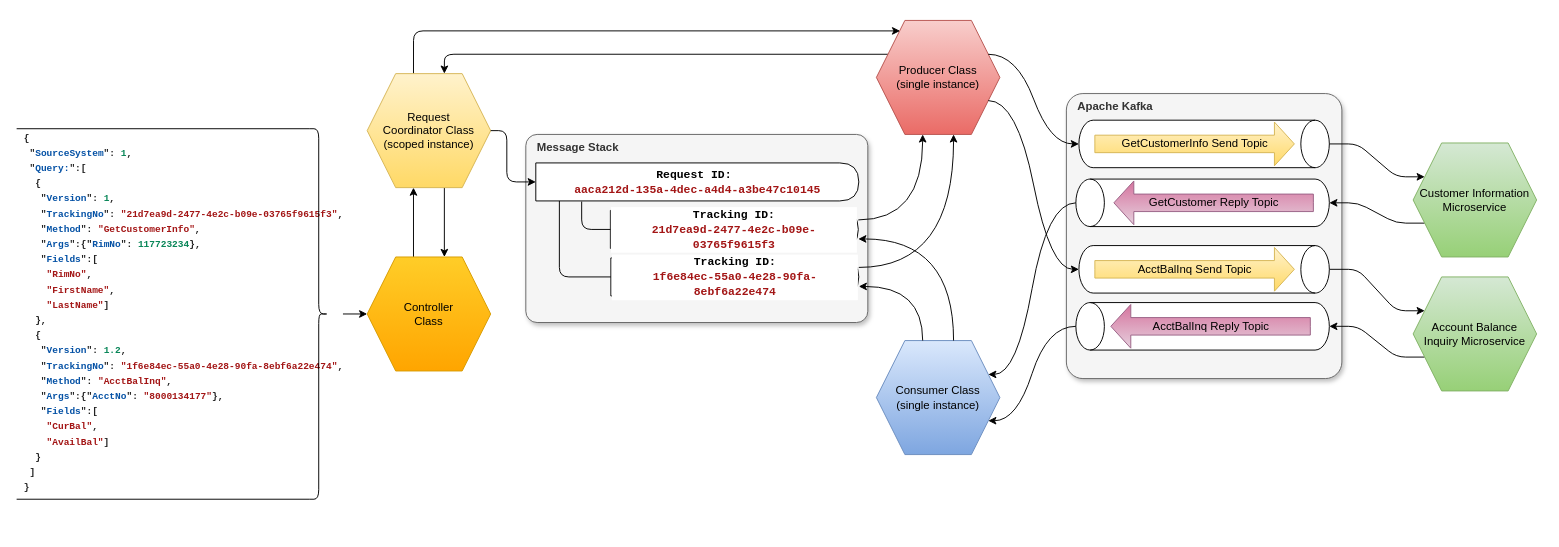
Earlier version of the draw.io diagram page "Service Architecture" (3 of 8) of Microservice Architecture.drawio (badenhorstp/readme). Source tidied: cells renumbered, new cells numbered last; positions are measured from the earlier drawing's top-left corner, leaving out a move shared by most shapes. Both pictures are drawn from the tidied source at 95%, with x=0, y=0 at pixel (16, 20).
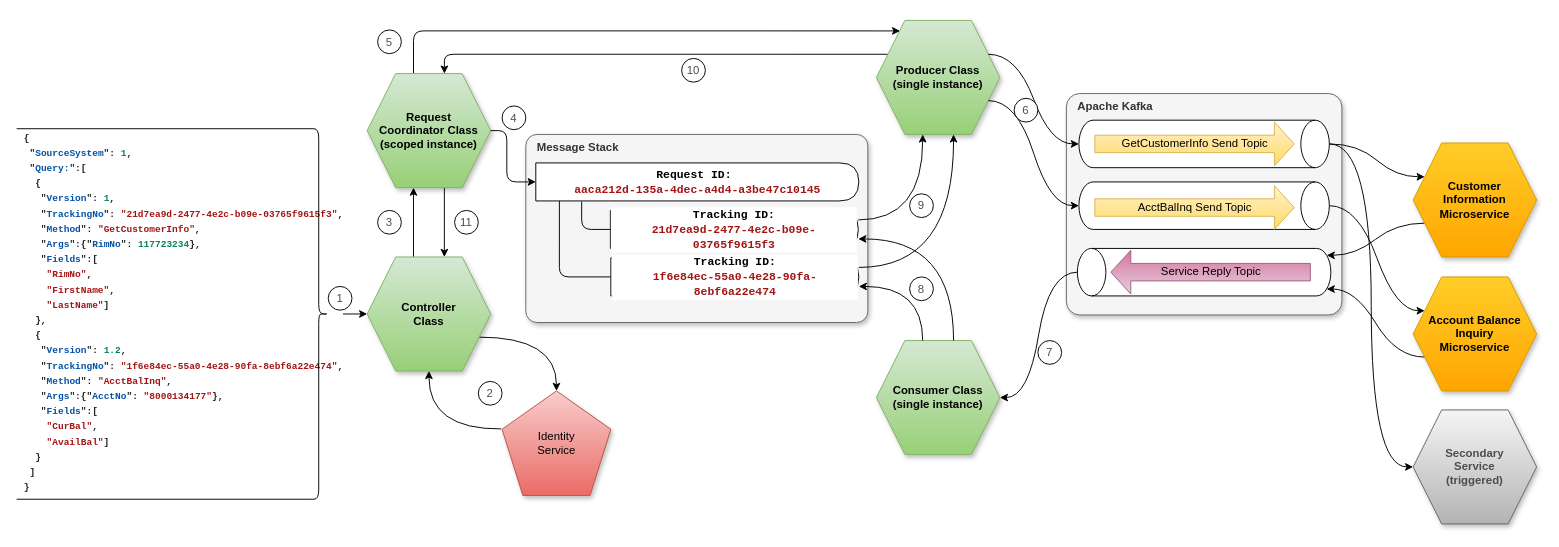
The same page after the edit.

Unchanged cells that the change refers to:
```xml
<mxCell id="22" style="shape=cylinder3;whiteSpace=wrap;html=1;boundedLbl=1;backgroundOutline=1;size=15;direction=south;" parent="1" vertex="1">
  <mxGeometry x="1118.2" y="105" width="263.6" height="50" as="geometry" />
</mxCell>
```

Diff of the diagram source:
```diff
@@
-    <mxCell id="3" value="Producer Class&lt;br&gt;(single instance)" style="shape=hexagon;perimeter=hexagonPerimeter2;whiteSpace=wrap;html=1;fixedSize=1;fillColor=#f8cecc;strokeColor=#b85450;shadow=0;rounded=0;gradientColor=#ea6b66;size=30;" parent="1" vertex="1">
+    <mxCell id="3" value="Producer Class&lt;br&gt;(single instance)" style="shape=hexagon;perimeter=hexagonPerimeter2;whiteSpace=wrap;html=1;fixedSize=1;fillColor=#d5e8d4;strokeColor=#82b366;shadow=1;rounded=0;gradientColor=#97d077;size=30;fontStyle=1;" parent="1" vertex="1">
       <mxGeometry x="905" width="130" height="120" as="geometry" />
     </mxCell>
@@
+    <mxCell id="47" style="edgeStyle=orthogonalEdgeStyle;curved=1;jettySize=auto;html=1;exitX=1;exitY=0.75;exitDx=0;exitDy=0;entryX=0.5;entryY=0;entryDx=0;entryDy=0;entryPerimeter=0;strokeWidth=1;" parent="1" edge="1" source="5" target="51">
+      <mxGeometry relative="1" as="geometry" />
+    </mxCell>
-    <mxCell id="5" value="Controller&lt;br&gt;Class" style="shape=hexagon;perimeter=hexagonPerimeter2;whiteSpace=wrap;html=1;fixedSize=1;fillColor=#ffcd28;strokeColor=#d79b00;shadow=0;rounded=0;gradientColor=#ffa500;size=30;" parent="1" vertex="1">
+    <mxCell id="5" value="Controller&lt;br&gt;Class" style="shape=hexagon;perimeter=hexagonPerimeter2;whiteSpace=wrap;html=1;fixedSize=1;fillColor=#d5e8d4;strokeColor=#82b366;shadow=1;rounded=0;gradientColor=#97d077;size=30;fontStyle=1;" parent="1" vertex="1">
       <mxGeometry x="369" y="249" width="130" height="120" as="geometry" />
     </mxCell>
-    <mxCell id="6" value="Consumer Class&lt;br&gt;(single instance)" style="shape=hexagon;perimeter=hexagonPerimeter2;whiteSpace=wrap;html=1;fixedSize=1;fillColor=#dae8fc;strokeColor=#6c8ebf;shadow=0;rounded=0;gradientColor=#7ea6e0;size=30;" parent="1" vertex="1">
+    <mxCell id="6" value="Consumer Class&lt;br&gt;(single instance)" style="shape=hexagon;perimeter=hexagonPerimeter2;whiteSpace=wrap;html=1;fixedSize=1;fillColor=#d5e8d4;strokeColor=#82b366;shadow=1;rounded=0;gradientColor=#97d077;size=30;fontStyle=1;" parent="1" vertex="1">
       <mxGeometry x="905" y="337" width="130" height="120" as="geometry" />
     </mxCell>
@@
-    <mxCell id="9" value="Request &lt;br&gt;Coordinator Class&lt;br&gt;(scoped instance)" style="shape=hexagon;perimeter=hexagonPerimeter2;whiteSpace=wrap;html=1;fixedSize=1;fillColor=#fff2cc;strokeColor=#d6b656;shadow=0;rounded=0;gradientColor=#ffd966;size=30;" parent="1" vertex="1">
+    <mxCell id="9" value="Request &lt;br&gt;Coordinator Class&lt;br&gt;(scoped instance)" style="shape=hexagon;perimeter=hexagonPerimeter2;whiteSpace=wrap;html=1;fixedSize=1;fillColor=#d5e8d4;strokeColor=#82b366;shadow=1;rounded=0;gradientColor=#97d077;size=30;fontStyle=1;" parent="1" vertex="1">
       <mxGeometry x="369" y="56" width="130" height="120" as="geometry" />
     </mxCell>
-    <mxCell id="10" style="edgeStyle=entityRelationEdgeStyle;jettySize=auto;html=1;exitX=0.5;exitY=0;exitDx=0;exitDy=0;exitPerimeter=0;entryX=1;entryY=0.25;entryDx=0;entryDy=0;strokeWidth=1;strokeColor=none;curved=1;" parent="1" edge="1" source="24" target="6">
-      <mxGeometry relative="1" as="geometry" />
+    <mxCell id="10" style="edgeStyle=entityRelationEdgeStyle;jettySize=auto;html=1;exitX=0.5;exitY=0;exitDx=0;exitDy=0;exitPerimeter=0;entryX=1;entryY=0.25;entryDx=0;entryDy=0;strokeWidth=1;strokeColor=none;curved=1;" parent="1" edge="1" target="6">
+      <mxGeometry relative="1" as="geometry">
+        <mxPoint x="1115" y="192" as="sourcePoint" />
+      </mxGeometry>
     </mxCell>
@@
     <mxCell id="20" value="&lt;b&gt;Apache Kafka&lt;/b&gt;" style="rounded=1;whiteSpace=wrap;html=1;arcSize=6;align=left;horizontal=1;verticalAlign=top;spacingLeft=10;fillColor=#f5f5f5;strokeColor=#666666;fontColor=#333333;shadow=1;" parent="1" vertex="1">
-      <mxGeometry x="1105" y="77" width="290" height="300" as="geometry" />
+      <mxGeometry x="1105" y="77" width="290" height="233" as="geometry" />
     </mxCell>
-    <mxCell id="21" style="edgeStyle=entityRelationEdgeStyle;jettySize=auto;html=1;exitX=0.5;exitY=0;exitDx=0;exitDy=0;exitPerimeter=0;entryX=0;entryY=0.25;entryDx=0;entryDy=0;strokeWidth=1;" parent="1" edge="1" source="22" target="44">
+    <mxCell id="21" style="edgeStyle=entityRelationEdgeStyle;jettySize=auto;html=1;exitX=0.5;exitY=0;exitDx=0;exitDy=0;exitPerimeter=0;entryX=0;entryY=0.25;entryDx=0;entryDy=0;strokeWidth=1;curved=1;" parent="1" edge="1" source="22" target="44">
       <mxGeometry relative="1" as="geometry" />
     </mxCell>
+    <mxCell id="48" style="edgeStyle=orthogonalEdgeStyle;curved=1;jettySize=auto;html=1;exitX=0.5;exitY=0;exitDx=0;exitDy=0;exitPerimeter=0;entryX=0;entryY=0.5;entryDx=0;entryDy=0;fontColor=#4D4D4D;strokeWidth=1;" parent="1" edge="1" source="22" target="52">
+      <mxGeometry relative="1" as="geometry" />
+    </mxCell>
@@
-    <mxCell id="24" style="shape=cylinder3;whiteSpace=wrap;html=1;boundedLbl=1;backgroundOutline=1;size=15;direction=north;" parent="1" vertex="1">
-      <mxGeometry x="1115" y="167" width="266.8" height="50" as="geometry" />
-    </mxCell>
-    <mxCell id="25" value="GetCustomer Reply Topic" style="html=1;shadow=0;dashed=0;align=center;verticalAlign=middle;shape=mxgraph.arrows2.arrow;dy=0.6;dx=21;notch=0;fillColor=#e6d0de;strokeColor=#996185;direction=west;gradientColor=#d5739d;" parent="1" vertex="1">
-      <mxGeometry x="1155" y="169" width="210" height="46" as="geometry" />
-    </mxCell>
-    <mxCell id="26" style="edgeStyle=entityRelationEdgeStyle;jettySize=auto;html=1;exitX=0.5;exitY=0;exitDx=0;exitDy=0;exitPerimeter=0;entryX=0;entryY=0.25;entryDx=0;entryDy=0;strokeWidth=1;" parent="1" edge="1" source="27" target="46">
+    <mxCell id="26" style="edgeStyle=entityRelationEdgeStyle;jettySize=auto;html=1;exitX=0.5;exitY=0;exitDx=0;exitDy=0;exitPerimeter=0;entryX=0;entryY=0.25;entryDx=0;entryDy=0;strokeWidth=1;curved=1;" parent="1" edge="1" source="27" target="46">
       <mxGeometry relative="1" as="geometry" />
     </mxCell>
     <mxCell id="27" style="shape=cylinder3;whiteSpace=wrap;html=1;boundedLbl=1;backgroundOutline=1;size=15;direction=south;" parent="1" vertex="1">
-      <mxGeometry x="1118.2" y="237" width="263.6" height="50" as="geometry" />
+      <mxGeometry x="1118.2" y="170" width="263.6" height="50" as="geometry" />
     </mxCell>
     <mxCell id="28" value="AcctBalInq Send Topic" style="html=1;shadow=0;dashed=0;align=center;verticalAlign=middle;shape=mxgraph.arrows2.arrow;dy=0.6;dx=21;notch=0;fillColor=#fff2cc;strokeColor=#d6b656;gradientColor=#ffd966;" parent="1" vertex="1">
-      <mxGeometry x="1135" y="239" width="210" height="46" as="geometry" />
+      <mxGeometry x="1135" y="174" width="210" height="46" as="geometry" />
     </mxCell>
     <mxCell id="29" style="shape=cylinder3;whiteSpace=wrap;html=1;boundedLbl=1;backgroundOutline=1;size=15;direction=north;" parent="1" vertex="1">
-      <mxGeometry x="1115" y="297" width="266.8" height="50" as="geometry" />
+      <mxGeometry x="1116.6" y="240" width="266.8" height="50" as="geometry" />
     </mxCell>
-    <mxCell id="30" value="AcctBalInq Reply Topic" style="html=1;shadow=0;dashed=0;align=center;verticalAlign=middle;shape=mxgraph.arrows2.arrow;dy=0.6;dx=21;notch=0;fillColor=#e6d0de;strokeColor=#996185;direction=west;gradientColor=#d5739d;" parent="1" vertex="1">
-      <mxGeometry x="1151.8" y="299" width="210" height="46" as="geometry" />
+    <mxCell id="30" value="Service Reply Topic" style="html=1;shadow=0;dashed=0;align=center;verticalAlign=middle;shape=mxgraph.arrows2.arrow;dy=0.6;dx=21;notch=0;fillColor=#e6d0de;strokeColor=#996185;direction=west;gradientColor=#d5739d;" parent="1" vertex="1">
+      <mxGeometry x="1151.8" y="242" width="210" height="46" as="geometry" />
     </mxCell>
@@
-    <mxCell id="38" style="edgeStyle=entityRelationEdgeStyle;curved=1;jettySize=auto;html=1;exitX=0.5;exitY=0;exitDx=0;exitDy=0;exitPerimeter=0;entryX=1;entryY=0.25;entryDx=0;entryDy=0;strokeWidth=1;" parent="1" edge="1" source="24" target="6">
-      <mxGeometry relative="1" as="geometry" />
-    </mxCell>
-    <mxCell id="39" style="edgeStyle=entityRelationEdgeStyle;curved=1;jettySize=auto;html=1;exitX=0.5;exitY=0;exitDx=0;exitDy=0;exitPerimeter=0;entryX=1;entryY=0.75;entryDx=0;entryDy=0;strokeWidth=1;" parent="1" edge="1" source="29" target="6">
+    <mxCell id="39" style="edgeStyle=entityRelationEdgeStyle;curved=1;jettySize=auto;html=1;exitX=0.5;exitY=0;exitDx=0;exitDy=0;exitPerimeter=0;entryX=1;entryY=0.5;entryDx=0;entryDy=0;strokeWidth=1;" parent="1" edge="1" source="29" target="6">
       <mxGeometry relative="1" as="geometry" />
     </mxCell>
@@
-    <mxCell id="43" style="edgeStyle=entityRelationEdgeStyle;jettySize=auto;html=1;exitX=0;exitY=0.75;exitDx=0;exitDy=0;entryX=0.5;entryY=1;entryDx=0;entryDy=0;entryPerimeter=0;strokeWidth=1;" parent="1" edge="1" source="44" target="24">
-      <mxGeometry relative="1" as="geometry" />
-    </mxCell>
+    <mxCell id="49" style="edgeStyle=entityRelationEdgeStyle;jettySize=auto;html=1;exitX=0;exitY=0.75;exitDx=0;exitDy=0;entryX=0.855;entryY=1;entryDx=0;entryDy=-4.35;entryPerimeter=0;strokeWidth=1;curved=1;" parent="1" edge="1" source="44" target="29">
+      <mxGeometry relative="1" as="geometry" />
+    </mxCell>
-    <mxCell id="44" value="Customer Information&lt;br&gt;Microservice" style="shape=hexagon;perimeter=hexagonPerimeter2;whiteSpace=wrap;html=1;fixedSize=1;fillColor=#d5e8d4;strokeColor=#82b366;shadow=0;rounded=0;gradientColor=#97d077;size=30;" parent="1" vertex="1">
+    <mxCell id="44" value="Customer&lt;br&gt;Information&lt;br&gt;Microservice" style="shape=hexagon;perimeter=hexagonPerimeter2;whiteSpace=wrap;html=1;fixedSize=1;fillColor=#ffcd28;strokeColor=#d79b00;shadow=1;rounded=0;gradientColor=#ffa500;size=30;fontStyle=1;" parent="1" vertex="1">
       <mxGeometry x="1470" y="129" width="130" height="120" as="geometry" />
     </mxCell>
-    <mxCell id="45" style="edgeStyle=entityRelationEdgeStyle;jettySize=auto;html=1;exitX=0;exitY=0.75;exitDx=0;exitDy=0;entryX=0.5;entryY=1;entryDx=0;entryDy=0;entryPerimeter=0;strokeWidth=1;" parent="1" edge="1" source="46" target="29">
+    <mxCell id="45" style="edgeStyle=entityRelationEdgeStyle;jettySize=auto;html=1;exitX=0;exitY=0.75;exitDx=0;exitDy=0;entryX=0.145;entryY=1;entryDx=0;entryDy=-4.35;entryPerimeter=0;strokeWidth=1;curved=1;" parent="1" edge="1" source="46" target="29">
       <mxGeometry relative="1" as="geometry" />
     </mxCell>
-    <mxCell id="46" value="Account Balance&lt;br&gt;Inquiry Microservice" style="shape=hexagon;perimeter=hexagonPerimeter2;whiteSpace=wrap;html=1;fixedSize=1;fillColor=#d5e8d4;strokeColor=#82b366;shadow=0;rounded=0;gradientColor=#97d077;size=30;" parent="1" vertex="1">
+    <mxCell id="46" value="Account Balance&lt;br&gt;Inquiry &lt;br&gt;Microservice" style="shape=hexagon;perimeter=hexagonPerimeter2;whiteSpace=wrap;html=1;fixedSize=1;fillColor=#ffcd28;strokeColor=#d79b00;shadow=1;rounded=0;gradientColor=#ffa500;size=30;fontStyle=1;" parent="1" vertex="1">
       <mxGeometry x="1470" y="270" width="130" height="120" as="geometry" />
     </mxCell>
+    <mxCell id="50" style="endArrow=classic;html=1;strokeWidth=1;entryX=0.5;entryY=1;entryDx=0;entryDy=0;edgeStyle=orthogonalEdgeStyle;curved=1;" parent="1" edge="1" target="5">
+      <mxGeometry relative="1" as="geometry">
+        <mxPoint x="510" y="430" as="sourcePoint" />
+      </mxGeometry>
+    </mxCell>
+    <mxCell id="51" value="Identity&lt;br&gt;Service" style="whiteSpace=wrap;html=1;shape=mxgraph.basic.pentagon;fillColor=#f8cecc;strokeColor=#b85450;shadow=1;gradientColor=#ea6b66;" parent="1" vertex="1">
+      <mxGeometry x="511" y="390" width="114.5" height="110" as="geometry" />
+    </mxCell>
+    <mxCell id="52" value="Secondary&lt;br&gt;Service&lt;br&gt;(triggered)" style="shape=hexagon;perimeter=hexagonPerimeter2;whiteSpace=wrap;html=1;fixedSize=1;fillColor=#f5f5f5;strokeColor=#666666;shadow=1;rounded=0;gradientColor=#b3b3b3;size=30;fontStyle=1;fontColor=#4D4D4D;" parent="1" vertex="1">
+      <mxGeometry x="1470" y="410" width="130" height="120" as="geometry" />
+    </mxCell>
+    <mxCell id="53" value="1" style="ellipse;whiteSpace=wrap;html=1;shadow=0;fontColor=#4D4D4D;strokeColor=#000000;strokeWidth=1;align=center;" parent="1" vertex="1">
+      <mxGeometry x="328" y="280" width="25" height="25" as="geometry" />
+    </mxCell>
+    <mxCell id="54" value="2" style="ellipse;whiteSpace=wrap;html=1;shadow=0;fontColor=#4D4D4D;strokeColor=#000000;strokeWidth=1;align=center;" parent="1" vertex="1">
+      <mxGeometry x="486" y="380" width="25" height="25" as="geometry" />
+    </mxCell>
+    <mxCell id="55" value="3" style="ellipse;whiteSpace=wrap;html=1;shadow=0;fontColor=#4D4D4D;strokeColor=#000000;strokeWidth=1;align=center;" parent="1" vertex="1">
+      <mxGeometry x="380" y="200" width="25" height="25" as="geometry" />
+    </mxCell>
+    <mxCell id="56" value="4" style="ellipse;whiteSpace=wrap;html=1;shadow=0;fontColor=#4D4D4D;strokeColor=#000000;strokeWidth=1;align=center;" parent="1" vertex="1">
+      <mxGeometry x="511" y="90" width="25" height="25" as="geometry" />
+    </mxCell>
+    <mxCell id="57" value="5" style="ellipse;whiteSpace=wrap;html=1;shadow=0;fontColor=#4D4D4D;strokeColor=#000000;strokeWidth=1;align=center;" parent="1" vertex="1">
+      <mxGeometry x="380" y="10" width="25" height="25" as="geometry" />
+    </mxCell>
+    <mxCell id="58" value="6" style="ellipse;whiteSpace=wrap;html=1;shadow=0;fontColor=#4D4D4D;strokeColor=#000000;strokeWidth=1;align=center;" parent="1" vertex="1">
+      <mxGeometry x="1050" y="82" width="25" height="25" as="geometry" />
+    </mxCell>
+    <mxCell id="59" value="7" style="ellipse;whiteSpace=wrap;html=1;shadow=0;fontColor=#4D4D4D;strokeColor=#000000;strokeWidth=1;align=center;" parent="1" vertex="1">
+      <mxGeometry x="1075" y="337" width="25" height="25" as="geometry" />
+    </mxCell>
+    <mxCell id="60" value="8" style="ellipse;whiteSpace=wrap;html=1;shadow=0;fontColor=#4D4D4D;strokeColor=#000000;strokeWidth=1;align=center;" parent="1" vertex="1">
+      <mxGeometry x="940" y="270" width="25" height="25" as="geometry" />
+    </mxCell>
+    <mxCell id="61" value="9" style="ellipse;whiteSpace=wrap;html=1;shadow=0;fontColor=#4D4D4D;strokeColor=#000000;strokeWidth=1;align=center;" parent="1" vertex="1">
+      <mxGeometry x="940" y="182.5" width="25" height="25" as="geometry" />
+    </mxCell>
+    <mxCell id="62" value="10" style="ellipse;whiteSpace=wrap;html=1;shadow=0;fontColor=#4D4D4D;strokeColor=#000000;strokeWidth=1;align=center;" parent="1" vertex="1">
+      <mxGeometry x="700" y="40" width="25" height="25" as="geometry" />
+    </mxCell>
+    <mxCell id="63" value="11" style="ellipse;whiteSpace=wrap;html=1;shadow=0;fontColor=#4D4D4D;strokeColor=#000000;strokeWidth=1;align=center;" parent="1" vertex="1">
+      <mxGeometry x="461" y="200" width="25" height="25" as="geometry" />
+    </mxCell>
```
